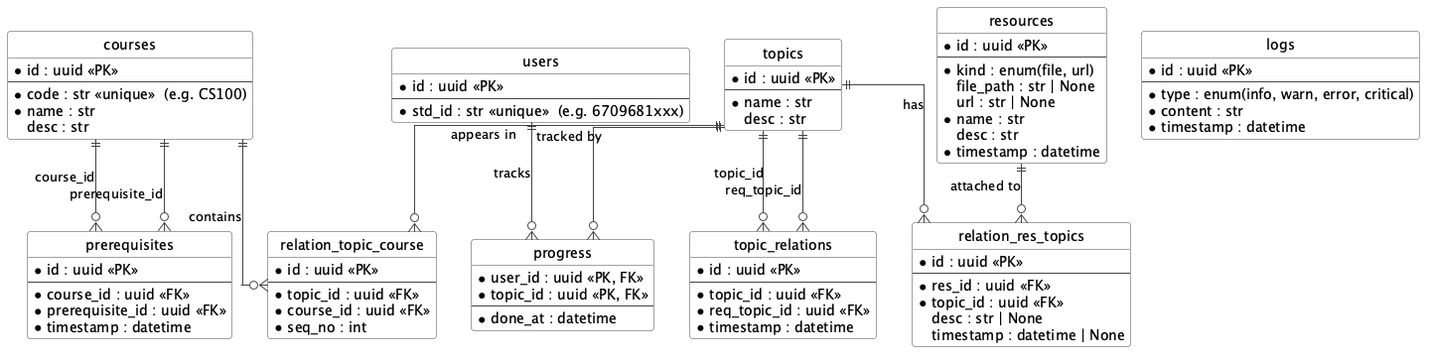
Saranwich/CS261 keeps this PlantUML diagram as docs/designs/DB.png. Above is the earlier version. Its diagram source:
```plantuml
@startuml DB
hide circle
skinparam linetype ortho
skinparam roundcorner 6
skinparam class {
  BackgroundColor White
  BorderColor #444
  ArrowColor #444
}

entity "users" as users {
  * id : uuid <<PK>>
  --
  * std_id : str <<unique>>  (e.g. 6709681xxx)
}

entity "courses" as courses {
  * id : uuid <<PK>>
  --
  * code : str <<unique>>  (e.g. CS100)
  * name : str
  desc : str
}

entity "topics" as topics {
  * id : uuid <<PK>>
  --
  * name : str
  desc : str
}

entity "resources" as resources {
  * id : uuid <<PK>>
  --
  * kind : enum(file, url)
  file_path : str | None
  url : str | None
  * name : str
  desc : str
  * timestamp : datetime
}

entity "logs" as logs {
  * id : uuid <<PK>>
  --
  * type : enum(info, warn, error, critical)
  * content : str
  * timestamp : datetime
}

entity "relation_topic_course" as rtc {
  * id : uuid <<PK>>
  --
  * topic_id : uuid <<FK>>
  * course_id : uuid <<FK>>
  * seq_no : int
}

entity "relation_res_topics" as rrt {
  * id : uuid <<PK>>
  --
  * res_id : uuid <<FK>>
  * topic_id : uuid <<FK>>
  desc : str | None
  timestamp : datetime | None
}

entity "prerequisites" as prereq {
  * id : uuid <<PK>>
  --
  * course_id : uuid <<FK>>
  * prerequisite_id : uuid <<FK>>
  * timestamp : datetime
}

entity "topic_relations" as trel {
  * id : uuid <<PK>>
  --
  * topic_id : uuid <<FK>>
  * req_topic_id : uuid <<FK>>
  * timestamp : datetime
}

entity "progress" as progress {
  * user_id : uuid <<PK, FK>>
  * topic_id : uuid <<PK, FK>>
  --
  * done_at : datetime
}

courses ||--o{ rtc : contains
topics  ||--o{ rtc : appears in

resources ||--o{ rrt : attached to
topics    ||--o{ rrt : has

courses ||--o{ prereq : course_id
courses ||--o{ prereq : prerequisite_id

topics ||--o{ trel : topic_id
topics ||--o{ trel : req_topic_id

users  ||--o{ progress : tracks
topics ||--o{ progress : tracked by


@enduml
```
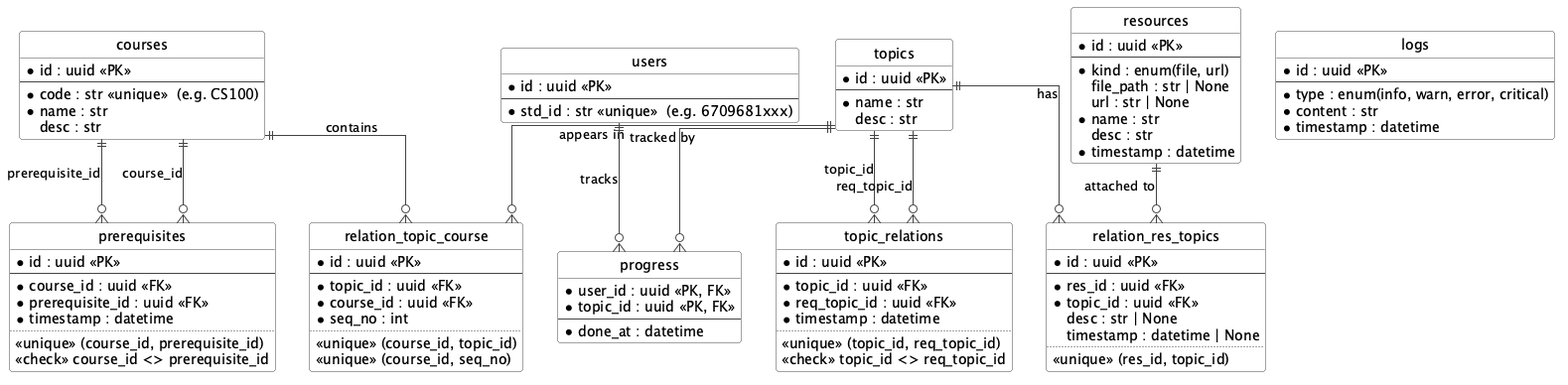
Later version of the same file.

Commit message:
chore(db): add unique/check constraints to relation tables

Closes #2

The edit, as a diff of the source:
```diff
@@ -54,6 +54,9 @@
   * topic_id : uuid <<FK>>
   * course_id : uuid <<FK>>
   * seq_no : int
+  ..
+  <<unique>> (course_id, topic_id)
+  <<unique>> (course_id, seq_no)
 }
 
 entity "relation_res_topics" as rrt {
@@ -63,6 +66,8 @@
   * topic_id : uuid <<FK>>
   desc : str | None
   timestamp : datetime | None
+  ..
+  <<unique>> (res_id, topic_id)
 }
 
 entity "prerequisites" as prereq {
@@ -71,6 +76,9 @@
   * course_id : uuid <<FK>>
   * prerequisite_id : uuid <<FK>>
   * timestamp : datetime
+  ..
+  <<unique>> (course_id, prerequisite_id)
+  <<check>> course_id <> prerequisite_id
 }
 
 entity "topic_relations" as trel {
@@ -79,6 +87,9 @@
   * topic_id : uuid <<FK>>
   * req_topic_id : uuid <<FK>>
   * timestamp : datetime
+  ..
+  <<unique>> (topic_id, req_topic_id)
+  <<check>> topic_id <> req_topic_id
 }
 
 entity "progress" as progress {
```
